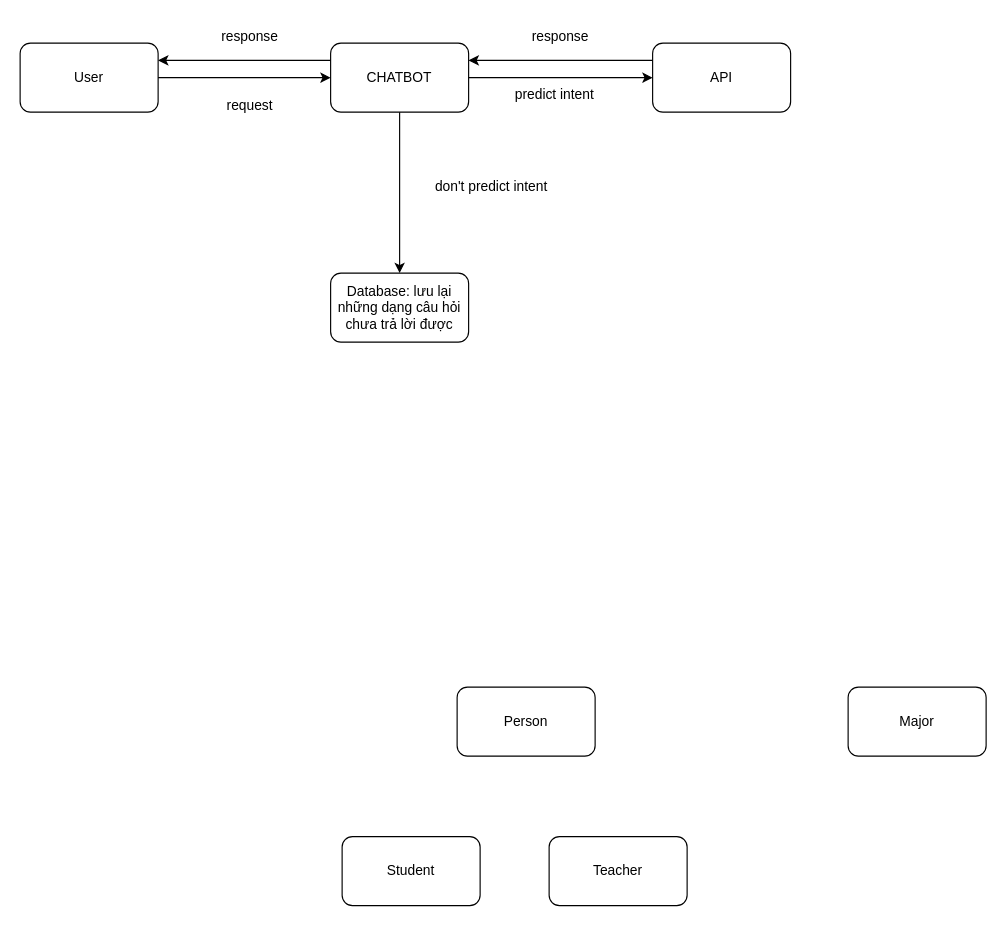
The draw.io diagram design-system.drawio in Vo-Tien-Dat/chatbot, before the edit. Source tidied: cells renumbered, new cells numbered last; positions are measured from the earlier drawing's top-left corner, leaving out a move shared by most shapes. Both pictures are drawn from the tidied source at 115%, with x=0, y=0 at pixel (20, 20).
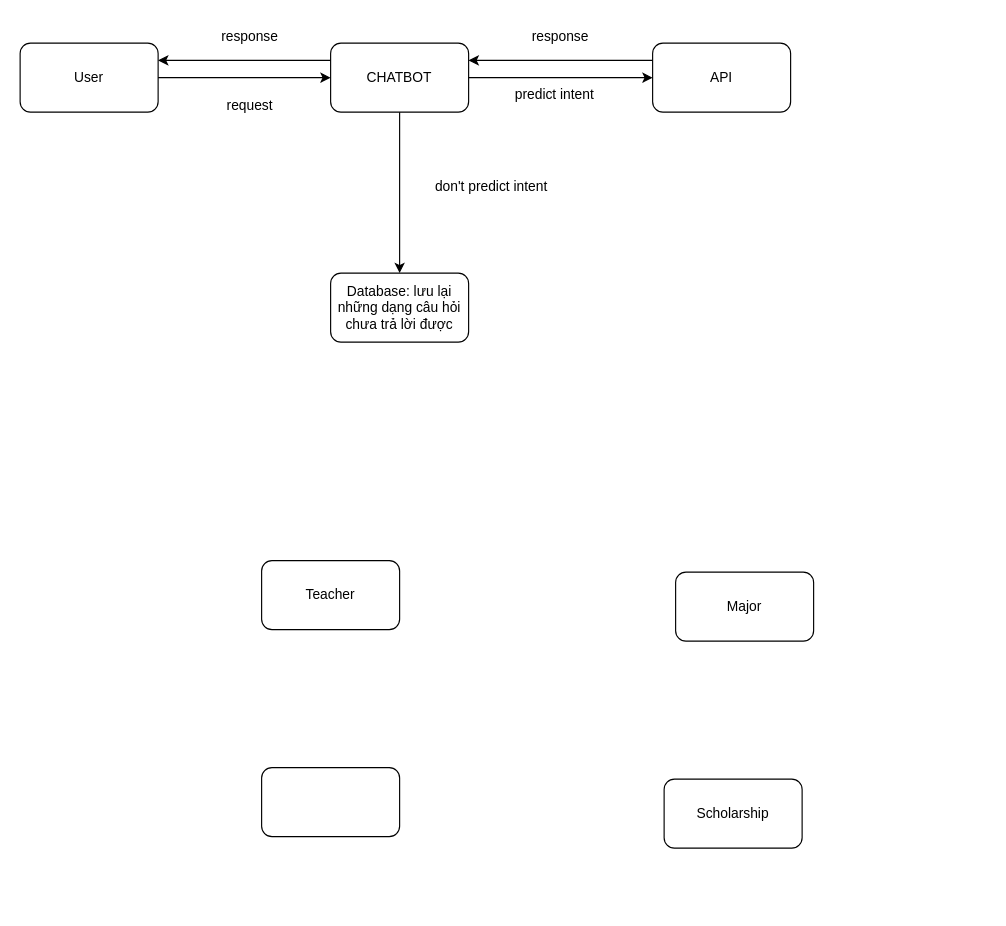
After the change.

What changed in the source:
```diff
@@
 <mxGraphModel>
   <root>
     <mxCell id="0" />
     <mxCell id="1" parent="0" />
     <mxCell id="2" value="User" style="rounded=1;whiteSpace=wrap;html=1;" parent="1" vertex="1">
       <mxGeometry y="20" width="120" height="60" as="geometry" />
     </mxCell>
     <mxCell id="3" value="CHATBOT" style="rounded=1;whiteSpace=wrap;html=1;" parent="1" vertex="1">
       <mxGeometry x="270" y="20" width="120" height="60" as="geometry" />
     </mxCell>
     <mxCell id="4" value="Database: lưu lại những dạng câu hỏi chưa trả lời được" style="rounded=1;whiteSpace=wrap;html=1;" parent="1" vertex="1">
       <mxGeometry x="270" y="220" width="120" height="60" as="geometry" />
     </mxCell>
     <mxCell id="5" style="endArrow=classic;html=1;entryX=0.5;entryY=0;entryDx=0;entryDy=0;exitX=0.5;exitY=1;exitDx=0;exitDy=0;" parent="1" edge="1" source="3" target="4">
       <mxGeometry relative="1" as="geometry" />
     </mxCell>
     <mxCell id="6" value="API" style="rounded=1;whiteSpace=wrap;html=1;" parent="1" vertex="1">
       <mxGeometry x="550" y="20" width="120" height="60" as="geometry" />
     </mxCell>
     <mxCell id="7" style="endArrow=classic;html=1;entryX=0;entryY=0.5;entryDx=0;entryDy=0;exitX=1;exitY=0.5;exitDx=0;exitDy=0;" parent="1" edge="1" source="3" target="6">
       <mxGeometry relative="1" as="geometry" />
     </mxCell>
     <mxCell id="8" style="endArrow=classic;html=1;entryX=0;entryY=0.5;entryDx=0;entryDy=0;exitX=1;exitY=0.5;exitDx=0;exitDy=0;" parent="1" edge="1" source="2" target="3">
       <mxGeometry relative="1" as="geometry" />
     </mxCell>
     <mxCell id="9" value="don't predict intent" style="text;html=1;strokeColor=none;fillColor=none;align=center;verticalAlign=middle;whiteSpace=wrap;rounded=0;" parent="1" vertex="1">
       <mxGeometry x="350" y="130" width="120" height="30" as="geometry" />
     </mxCell>
     <mxCell id="10" value="predict intent" style="text;html=1;strokeColor=none;fillColor=none;align=center;verticalAlign=middle;whiteSpace=wrap;rounded=0;" parent="1" vertex="1">
       <mxGeometry x="420" y="50" width="90" height="30" as="geometry" />
     </mxCell>
     <mxCell id="11" style="endArrow=classic;html=1;exitX=0;exitY=0.25;exitDx=0;exitDy=0;entryX=1;entryY=0.25;entryDx=0;entryDy=0;" parent="1" edge="1" source="6" target="3">
       <mxGeometry relative="1" as="geometry" />
     </mxCell>
     <mxCell id="12" value="response" style="text;html=1;strokeColor=none;fillColor=none;align=center;verticalAlign=middle;whiteSpace=wrap;rounded=0;" parent="1" vertex="1">
       <mxGeometry x="440" width="60" height="30" as="geometry" />
     </mxCell>
     <mxCell id="13" style="endArrow=classic;html=1;exitX=0;exitY=0.25;exitDx=0;exitDy=0;entryX=1;entryY=0.25;entryDx=0;entryDy=0;" parent="1" edge="1" source="3" target="2">
       <mxGeometry relative="1" as="geometry" />
     </mxCell>
     <mxCell id="14" value="response" style="text;html=1;strokeColor=none;fillColor=none;align=center;verticalAlign=middle;whiteSpace=wrap;rounded=0;" parent="1" vertex="1">
       <mxGeometry x="170" width="60" height="30" as="geometry" />
     </mxCell>
     <mxCell id="15" value="request" style="text;html=1;strokeColor=none;fillColor=none;align=center;verticalAlign=middle;whiteSpace=wrap;rounded=0;" parent="1" vertex="1">
       <mxGeometry x="170" y="60" width="60" height="30" as="geometry" />
     </mxCell>
-    <mxCell id="16" value="Student" style="rounded=1;whiteSpace=wrap;html=1;" parent="1" vertex="1">
-      <mxGeometry x="280" y="710" width="120" height="60" as="geometry" />
-    </mxCell>
-    <mxCell id="17" value="Teacher" style="rounded=1;whiteSpace=wrap;html=1;" parent="1" vertex="1">
-      <mxGeometry x="460" y="710" width="120" height="60" as="geometry" />
-    </mxCell>
-    <mxCell id="18" value="Person" style="rounded=1;whiteSpace=wrap;html=1;" parent="1" vertex="1">
-      <mxGeometry x="380" y="580" width="120" height="60" as="geometry" />
-    </mxCell>
-    <mxCell id="19" value="Major" style="rounded=1;whiteSpace=wrap;html=1;" parent="1" vertex="1">
-      <mxGeometry x="720" y="580" width="120" height="60" as="geometry" />
+    <mxCell id="19" value="Teacher" style="rounded=1;whiteSpace=wrap;html=1;" parent="1" vertex="1">
+      <mxGeometry x="210" y="470" width="120" height="60" as="geometry" />
     </mxCell>
+    <mxCell id="20" value="Major" style="rounded=1;whiteSpace=wrap;html=1;" parent="1" vertex="1">
+      <mxGeometry x="570" y="480" width="120" height="60" as="geometry" />
+    </mxCell>
+    <mxCell id="21" value="Scholarship" style="rounded=1;whiteSpace=wrap;html=1;" parent="1" vertex="1">
+      <mxGeometry x="560" y="660" width="120" height="60" as="geometry" />
+    </mxCell>
+    <mxCell id="22" style="rounded=1;whiteSpace=wrap;html=1;" parent="1" vertex="1">
+      <mxGeometry x="210" y="650" width="120" height="60" as="geometry" />
+    </mxCell>
   </root>
 </mxGraphModel>
```
